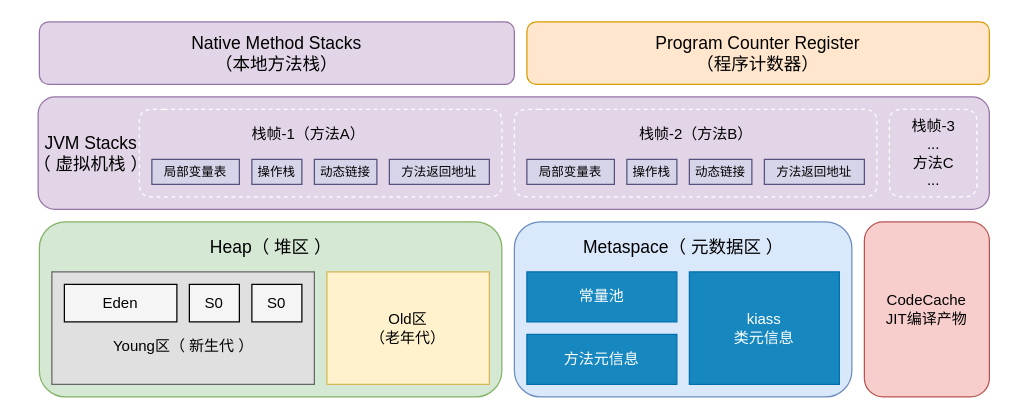
This is 经典的JVM内存模型.drawio from Maokai0824/learn2Java, a draw.io file, before an edit. Source tidied: cells renumbered, new cells numbered last; positions are measured from the earlier drawing's top-left corner, leaving out a move shared by most shapes. Both pictures are drawn from the tidied source at 125%, with x=0, y=0 at pixel (21, 21).
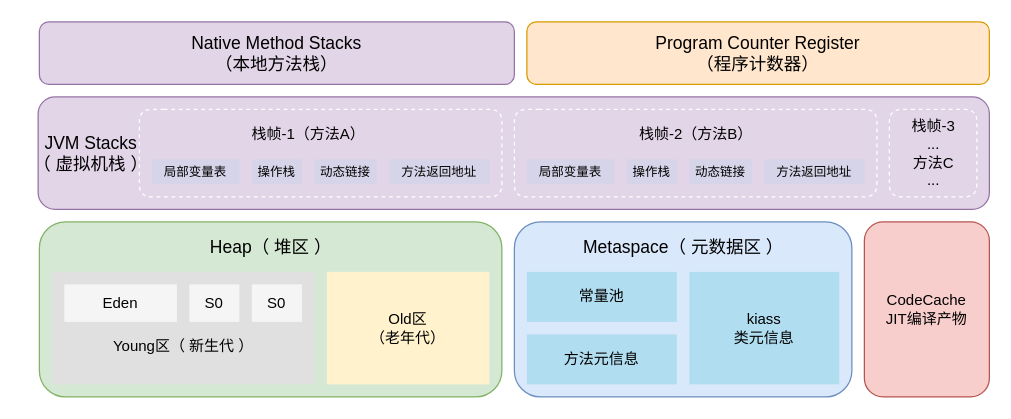
The same page after the edit.

Commit message:
Update 经典的JVM内存模型.drawio

What changed in the source:
```diff
@@
-    <mxCell id="6" value="&lt;font style=&quot;font-size: 10px&quot;&gt;局部变量表&lt;/font&gt;" style="rounded=0;whiteSpace=wrap;html=1;strokeColor=#56517e;fillColor=#D6D4E8;" parent="1" vertex="1">
+    <mxCell id="6" value="&lt;font style=&quot;font-size: 10px&quot;&gt;局部变量表&lt;/font&gt;" style="rounded=0;whiteSpace=wrap;html=1;fillColor=#D6D4E8;strokeColor=none;" parent="1" vertex="1">
       <mxGeometry x="104" y="110" width="70" height="20" as="geometry" />
     </mxCell>
-    <mxCell id="7" value="&lt;font style=&quot;font-size: 10px&quot;&gt;操作栈&lt;/font&gt;" style="rounded=0;whiteSpace=wrap;html=1;strokeColor=#56517e;fillColor=#D6D4E8;" parent="1" vertex="1">
+    <mxCell id="7" value="&lt;font style=&quot;font-size: 10px&quot;&gt;操作栈&lt;/font&gt;" style="rounded=0;whiteSpace=wrap;html=1;fillColor=#D6D4E8;strokeColor=none;" parent="1" vertex="1">
       <mxGeometry x="184" y="110" width="40" height="20" as="geometry" />
     </mxCell>
-    <mxCell id="8" value="&lt;font style=&quot;font-size: 10px&quot;&gt;动态链接&lt;/font&gt;" style="rounded=0;whiteSpace=wrap;html=1;strokeColor=#56517e;fillColor=#D6D4E8;" parent="1" vertex="1">
+    <mxCell id="8" value="&lt;font style=&quot;font-size: 10px&quot;&gt;动态链接&lt;/font&gt;" style="rounded=0;whiteSpace=wrap;html=1;fillColor=#D6D4E8;strokeColor=none;" parent="1" vertex="1">
       <mxGeometry x="234" y="110" width="50" height="20" as="geometry" />
     </mxCell>
-    <mxCell id="9" value="&lt;font style=&quot;font-size: 10px&quot;&gt;方法返回地址&lt;/font&gt;" style="rounded=0;whiteSpace=wrap;html=1;strokeColor=#56517e;fillColor=#D6D4E8;" parent="1" vertex="1">
+    <mxCell id="9" value="&lt;font style=&quot;font-size: 10px&quot;&gt;方法返回地址&lt;/font&gt;" style="rounded=0;whiteSpace=wrap;html=1;fillColor=#D6D4E8;strokeColor=none;" parent="1" vertex="1">
       <mxGeometry x="294" y="110" width="80" height="20" as="geometry" />
     </mxCell>
-    <mxCell id="10" value="&lt;font style=&quot;font-size: 10px&quot;&gt;局部变量表&lt;/font&gt;" style="rounded=0;whiteSpace=wrap;html=1;strokeColor=#56517e;fillColor=#D6D4E8;" parent="1" vertex="1">
+    <mxCell id="10" value="&lt;font style=&quot;font-size: 10px&quot;&gt;局部变量表&lt;/font&gt;" style="rounded=0;whiteSpace=wrap;html=1;fillColor=#D6D4E8;strokeColor=none;" parent="1" vertex="1">
       <mxGeometry x="404" y="110" width="70" height="20" as="geometry" />
     </mxCell>
-    <mxCell id="11" value="&lt;font style=&quot;font-size: 10px&quot;&gt;操作栈&lt;/font&gt;" style="rounded=0;whiteSpace=wrap;html=1;strokeColor=#56517e;fillColor=#D6D4E8;" parent="1" vertex="1">
+    <mxCell id="11" value="&lt;font style=&quot;font-size: 10px&quot;&gt;操作栈&lt;/font&gt;" style="rounded=0;whiteSpace=wrap;html=1;fillColor=#D6D4E8;strokeColor=none;" parent="1" vertex="1">
       <mxGeometry x="484" y="110" width="40" height="20" as="geometry" />
     </mxCell>
-    <mxCell id="12" value="&lt;font style=&quot;font-size: 10px&quot;&gt;动态链接&lt;/font&gt;" style="rounded=0;whiteSpace=wrap;html=1;strokeColor=#56517e;fillColor=#D6D4E8;" parent="1" vertex="1">
+    <mxCell id="12" value="&lt;font style=&quot;font-size: 10px&quot;&gt;动态链接&lt;/font&gt;" style="rounded=0;whiteSpace=wrap;html=1;fillColor=#D6D4E8;strokeColor=none;" parent="1" vertex="1">
       <mxGeometry x="534" y="110" width="50" height="20" as="geometry" />
     </mxCell>
-    <mxCell id="13" value="&lt;font style=&quot;font-size: 10px&quot;&gt;方法返回地址&lt;/font&gt;" style="rounded=0;whiteSpace=wrap;html=1;strokeColor=#56517e;fillColor=#D6D4E8;" parent="1" vertex="1">
+    <mxCell id="13" value="&lt;font style=&quot;font-size: 10px&quot;&gt;方法返回地址&lt;/font&gt;" style="rounded=0;whiteSpace=wrap;html=1;fillColor=#D6D4E8;strokeColor=none;" parent="1" vertex="1">
       <mxGeometry x="594" y="110" width="80" height="20" as="geometry" />
     </mxCell>
@@
-    <mxCell id="21" style="rounded=0;whiteSpace=wrap;html=1;strokeColor=#666666;fontColor=#333333;fillColor=#E0E0E0;" parent="1" vertex="1">
+    <mxCell id="21" style="rounded=0;whiteSpace=wrap;html=1;fontColor=#333333;fillColor=#E0E0E0;strokeColor=none;" parent="1" vertex="1">
       <mxGeometry x="24" y="200" width="210" height="90" as="geometry" />
     </mxCell>
-    <mxCell id="22" value="Old区&lt;br&gt;（老年代）" style="rounded=0;whiteSpace=wrap;html=1;fillColor=#fff2cc;strokeColor=#d6b656;" parent="1" vertex="1">
+    <mxCell id="22" value="Old区&lt;br&gt;（老年代）" style="rounded=0;whiteSpace=wrap;html=1;fillColor=#fff2cc;strokeColor=none;" parent="1" vertex="1">
       <mxGeometry x="244" y="200" width="130" height="90" as="geometry" />
     </mxCell>
@@
-    <mxCell id="24" value="Eden" style="rounded=0;whiteSpace=wrap;html=1;fillColor=#F5F5F5;" parent="1" vertex="1">
+    <mxCell id="24" value="Eden" style="rounded=0;whiteSpace=wrap;html=1;fillColor=#F5F5F5;strokeColor=none;" parent="1" vertex="1">
       <mxGeometry x="34" y="210" width="90" height="30" as="geometry" />
     </mxCell>
-    <mxCell id="25" value="S0" style="rounded=0;whiteSpace=wrap;html=1;fillColor=#F5F5F5;" parent="1" vertex="1">
+    <mxCell id="25" value="S0" style="rounded=0;whiteSpace=wrap;html=1;fillColor=#F5F5F5;strokeColor=none;" parent="1" vertex="1">
       <mxGeometry x="134" y="210" width="40" height="30" as="geometry" />
     </mxCell>
-    <mxCell id="26" value="S0" style="rounded=0;whiteSpace=wrap;html=1;fillColor=#F5F5F5;" parent="1" vertex="1">
+    <mxCell id="26" value="S0" style="rounded=0;whiteSpace=wrap;html=1;fillColor=#F5F5F5;strokeColor=none;" parent="1" vertex="1">
       <mxGeometry x="184" y="210" width="40" height="30" as="geometry" />
     </mxCell>
@@
-    <mxCell id="30" value="常量池" style="rounded=0;whiteSpace=wrap;html=1;strokeColor=#006EAF;fontColor=#ffffff;fillColor=#1788BF;" parent="1" vertex="1">
+    <mxCell id="30" value="常量池" style="rounded=0;whiteSpace=wrap;html=1;fillColor=#b1ddf0;strokeColor=none;" parent="1" vertex="1">
       <mxGeometry x="404" y="200" width="120" height="40" as="geometry" />
     </mxCell>
-    <mxCell id="31" value="方法元信息" style="rounded=0;whiteSpace=wrap;html=1;strokeColor=#006EAF;fontColor=#ffffff;fillColor=#1788BF;" parent="1" vertex="1">
+    <mxCell id="31" value="方法元信息" style="rounded=0;whiteSpace=wrap;html=1;fillColor=#b1ddf0;strokeColor=none;" parent="1" vertex="1">
       <mxGeometry x="404" y="250" width="120" height="40" as="geometry" />
     </mxCell>
-    <mxCell id="32" value="kiass&lt;br&gt;类元信息" style="rounded=0;whiteSpace=wrap;html=1;strokeColor=#006EAF;fontColor=#ffffff;fillColor=#1788BF;" parent="1" vertex="1">
+    <mxCell id="32" value="kiass&lt;br&gt;类元信息" style="rounded=0;whiteSpace=wrap;html=1;fillColor=#b1ddf0;strokeColor=none;" parent="1" vertex="1">
       <mxGeometry x="534" y="200" width="120" height="90" as="geometry" />
     </mxCell>
```
